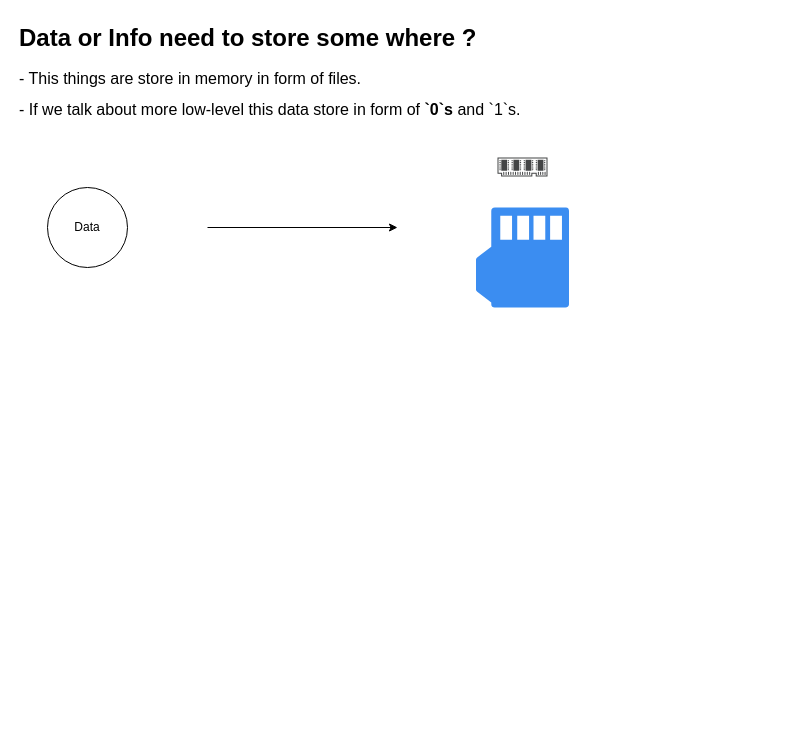
Before: Chapter 1/introduction.drawio in sahil-verma-9696/core-DBMS, a draw.io diagram. Source tidied: cells renumbered, new cells numbered last; positions are measured from the earlier drawing's top-left corner, leaving out a move shared by most shapes. Both pictures are drawn from the tidied source at 100%, with x=0, y=0 at pixel (17, 17).
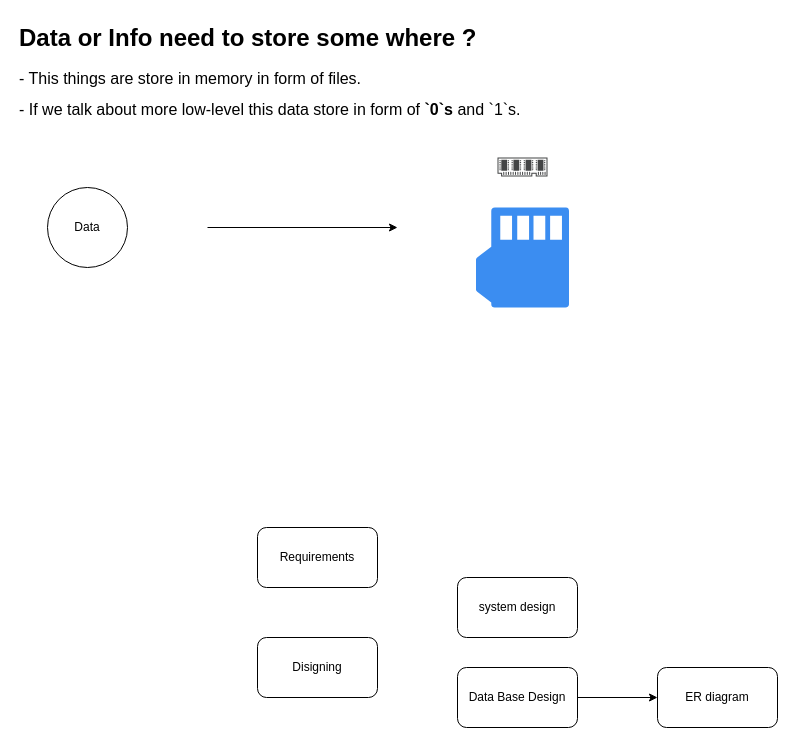
The same diagram, later.

Diff of the diagram source:
```diff
@@
 <mxGraphModel>
   <root>
     <mxCell id="0" />
     <mxCell id="1" parent="0" />
     <mxCell id="2" value="Data" style="ellipse;whiteSpace=wrap;html=1;" parent="1" vertex="1">
       <mxGeometry x="30" y="170" width="80" height="80" as="geometry" />
     </mxCell>
     <mxCell id="3" value="&lt;h1 style=&quot;margin-top: 0px;&quot;&gt;Data or Info need to store some where ?&lt;/h1&gt;&lt;p&gt;&lt;font style=&quot;font-size: 16px;&quot;&gt;- This things are store in memory in form of files.&lt;/font&gt;&lt;/p&gt;&lt;p&gt;&lt;font style=&quot;font-size: 16px;&quot;&gt;- If we talk about more low-level this data store in form of &lt;b&gt;`0`s &lt;/b&gt;and `1`s.&amp;nbsp;&lt;/font&gt;&lt;/p&gt;" style="text;html=1;whiteSpace=wrap;overflow=hidden;rounded=0;" parent="1" vertex="1">
       <mxGeometry width="530" height="120" as="geometry" />
     </mxCell>
     <mxCell id="4" style="sketch=0;html=1;strokeColor=none;shadow=0;fillColor=#3B8DF1;verticalAlign=top;labelPosition=center;verticalLabelPosition=bottom;shape=mxgraph.gcp2.memory_card;" parent="1" vertex="1">
       <mxGeometry x="458.5" y="190" width="93" height="100" as="geometry" />
     </mxCell>
     <mxCell id="5" style="sketch=0;shadow=0;dashed=0;html=1;strokeColor=none;fillColor=#434445;labelPosition=center;verticalLabelPosition=bottom;verticalAlign=top;align=center;shape=mxgraph.vvd.memory;" parent="1" vertex="1">
       <mxGeometry x="480" y="140" width="50" height="19" as="geometry" />
     </mxCell>
     <mxCell id="6" style="edgeStyle=none;orthogonalLoop=1;jettySize=auto;html=1;" parent="1" edge="1">
       <mxGeometry relative="1" as="geometry">
         <mxPoint x="190" y="210" as="sourcePoint" />
         <mxPoint x="380" y="210" as="targetPoint" />
       </mxGeometry>
     </mxCell>
+    <mxCell id="7" value="Requirements" style="rounded=1;whiteSpace=wrap;html=1;" parent="1" vertex="1">
+      <mxGeometry x="240" y="510" width="120" height="60" as="geometry" />
+    </mxCell>
+    <mxCell id="8" value="Disigning" style="rounded=1;whiteSpace=wrap;html=1;" parent="1" vertex="1">
+      <mxGeometry x="240" y="620" width="120" height="60" as="geometry" />
+    </mxCell>
+    <mxCell id="9" value="system design" style="rounded=1;whiteSpace=wrap;html=1;" parent="1" vertex="1">
+      <mxGeometry x="440" y="560" width="120" height="60" as="geometry" />
+    </mxCell>
+    <mxCell id="10" style="edgeStyle=none;html=1;" parent="1" edge="1" source="11" target="12">
+      <mxGeometry relative="1" as="geometry" />
+    </mxCell>
+    <mxCell id="11" value="Data Base Design" style="rounded=1;whiteSpace=wrap;html=1;" parent="1" vertex="1">
+      <mxGeometry x="440" y="650" width="120" height="60" as="geometry" />
+    </mxCell>
+    <mxCell id="12" value="ER diagram" style="rounded=1;whiteSpace=wrap;html=1;" parent="1" vertex="1">
+      <mxGeometry x="640" y="650" width="120" height="60" as="geometry" />
+    </mxCell>
   </root>
 </mxGraphModel>
```
